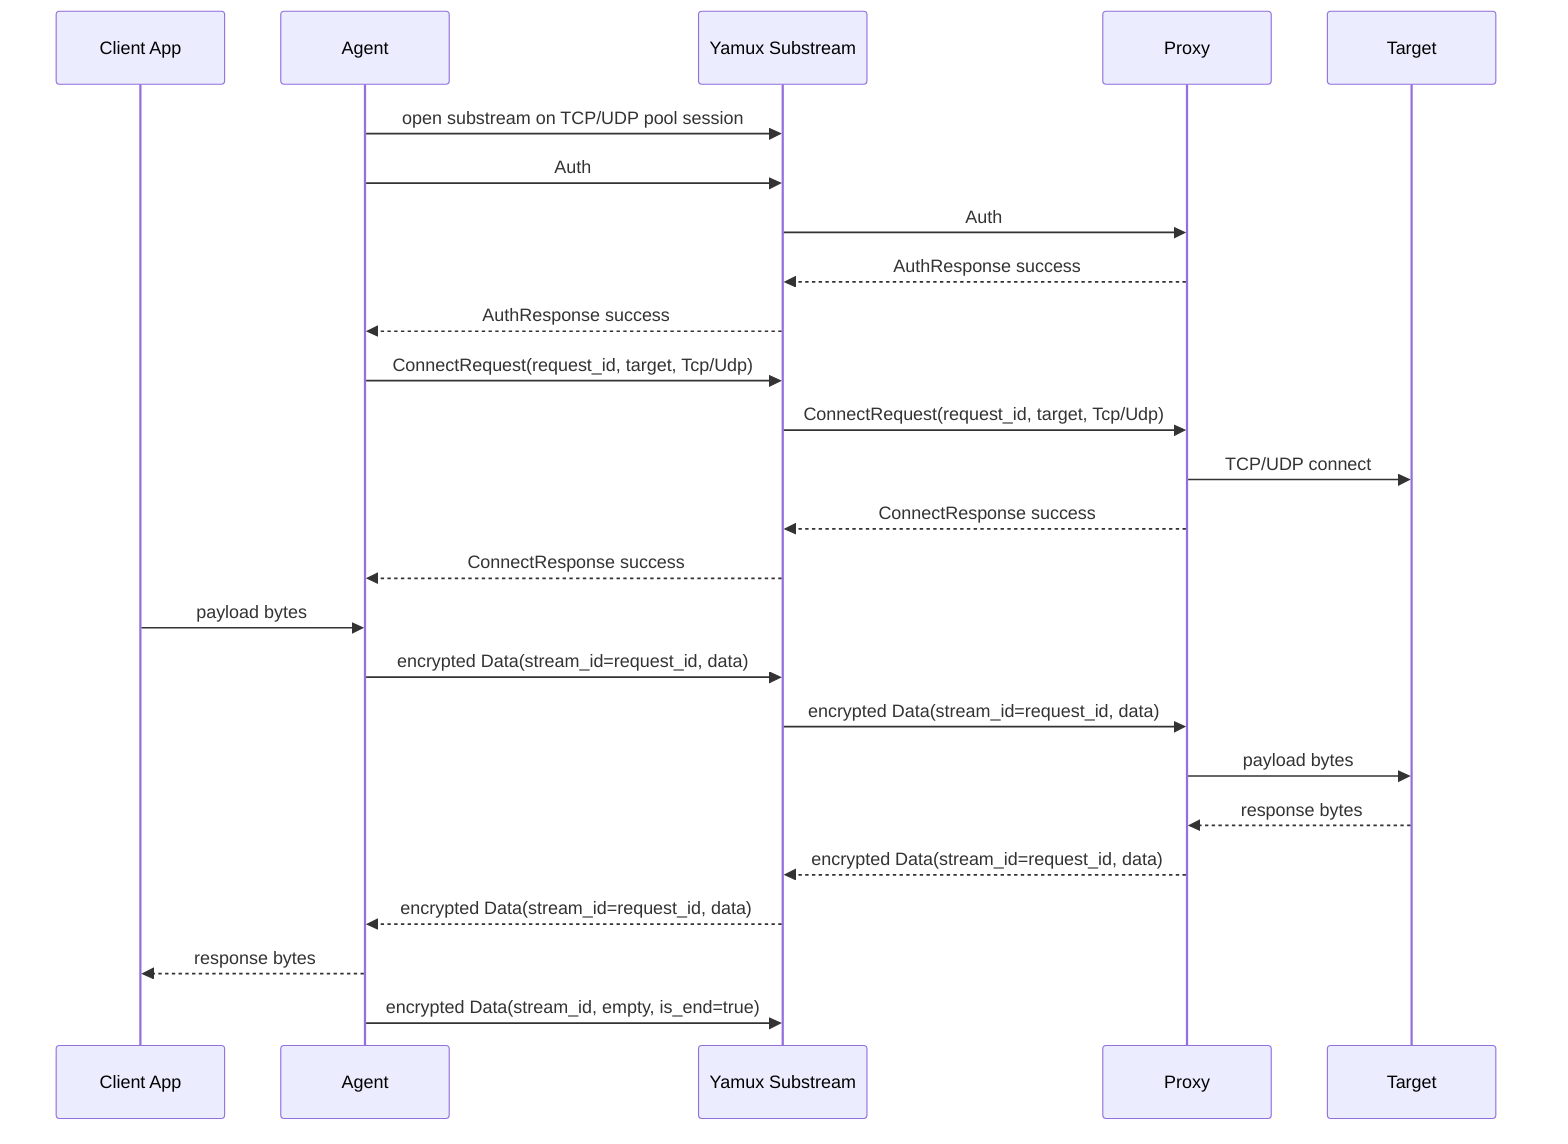
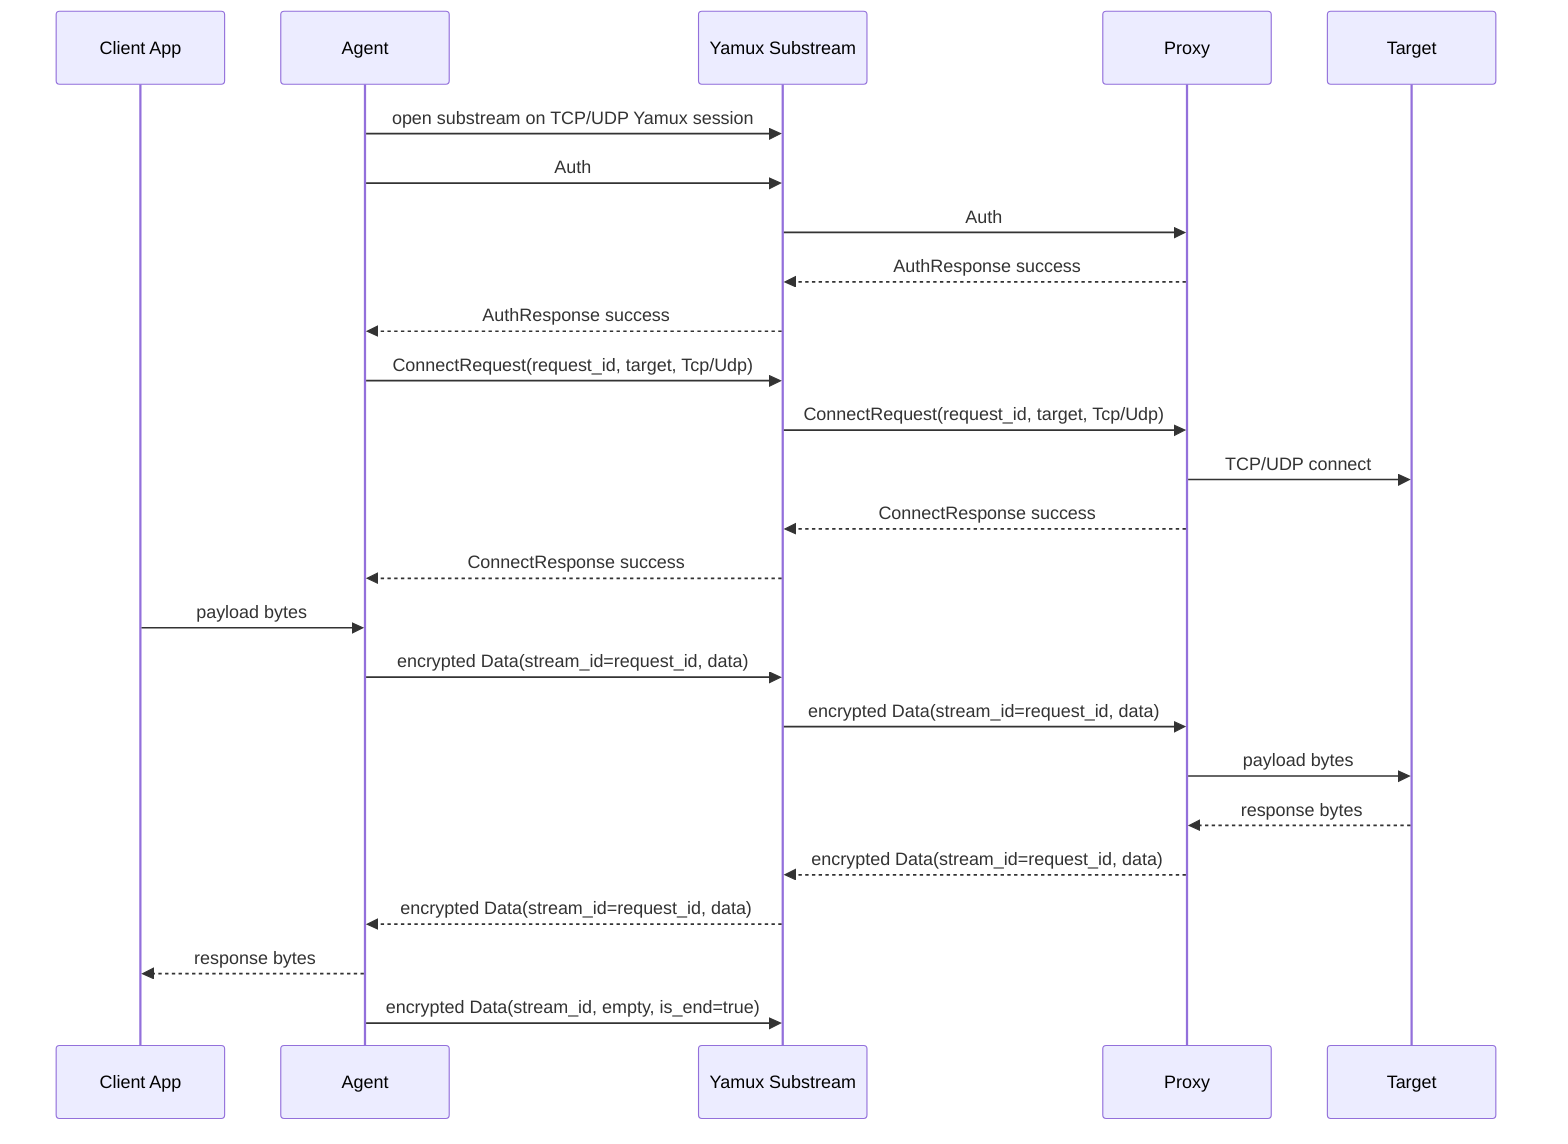
sequenceDiagram
    participant C as Client App
    participant A as Agent
    participant Y as Yamux Substream
    participant P as Proxy
    participant T as Target

-     A->>Y: open substream on TCP/UDP pool session
+     A->>Y: open substream on TCP/UDP Yamux session
    A->>Y: Auth
    Y->>P: Auth
    P-->>Y: AuthResponse success
    Y-->>A: AuthResponse success
    A->>Y: ConnectRequest(request_id, target, Tcp/Udp)
    Y->>P: ConnectRequest(request_id, target, Tcp/Udp)
    P->>T: TCP/UDP connect
    P-->>Y: ConnectResponse success
    Y-->>A: ConnectResponse success
    C->>A: payload bytes
    A->>Y: encrypted Data(stream_id=request_id, data)
    Y->>P: encrypted Data(stream_id=request_id, data)
    P->>T: payload bytes
    T-->>P: response bytes
    P-->>Y: encrypted Data(stream_id=request_id, data)
    Y-->>A: encrypted Data(stream_id=request_id, data)
    A-->>C: response bytes
    A->>Y: encrypted Data(stream_id, empty, is_end=true)
